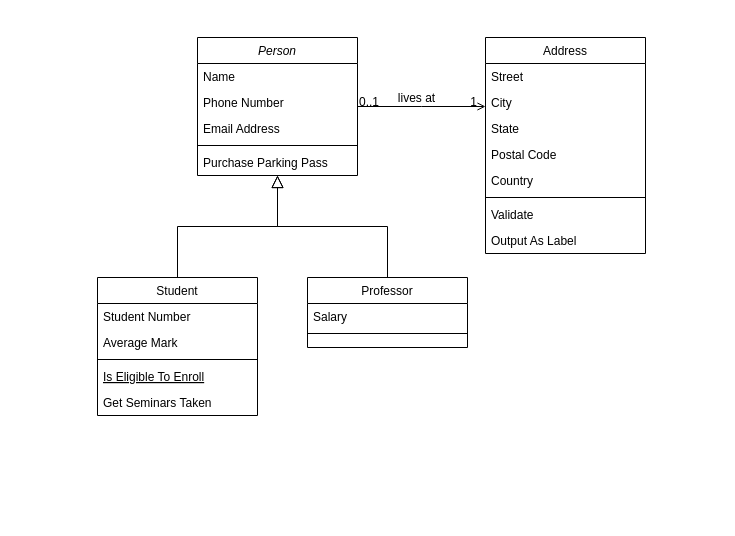
This is src/main/java/se/JensenYH/Java/SaltMerch/backendProject/Model/Untitled Diagram.drawio from Rufus100Procent/backendProject, a draw.io file, before an edit. Source tidied: cells renumbered, new cells numbered last; positions are measured from the earlier drawing's top-left corner, leaving out a move shared by most shapes. Both pictures are drawn from the tidied source at 100%, with x=0, y=0 at pixel (97, 37).
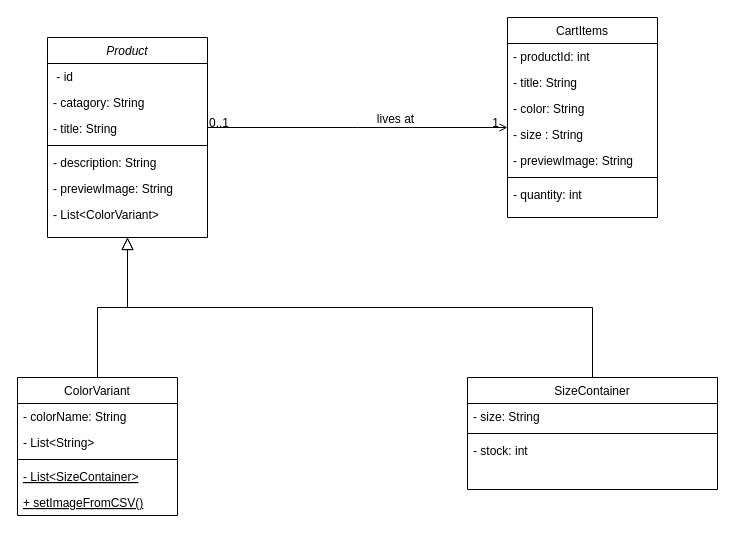
The same page after the edit.

Diff of the diagram source:
```diff
@@
-    <mxCell id="2" value="Person" style="swimlane;fontStyle=2;align=center;verticalAlign=top;horizontal=1;startSize=26;rounded=0;shadow=0;strokeWidth=1;" parent="1" vertex="1">
-      <mxGeometry x="100" width="160" height="138" as="geometry" />
+    <mxCell id="2" value="Product" style="swimlane;fontStyle=2;align=center;verticalAlign=top;horizontal=1;startSize=26;rounded=0;shadow=0;strokeWidth=1;" parent="1" vertex="1">
+      <mxGeometry x="-50" width="160" height="200" as="geometry" />
     </mxCell>
-    <mxCell id="3" value="Name" style="text;align=left;verticalAlign=top;spacingLeft=4;spacingRight=4;overflow=hidden;" parent="2" vertex="1">
+    <mxCell id="3" value=" - id" style="text;align=left;verticalAlign=top;spacingLeft=4;spacingRight=4;overflow=hidden;" parent="2" vertex="1">
       <mxGeometry y="26" width="160" height="26" as="geometry" />
     </mxCell>
-    <mxCell id="4" value="Phone Number" style="text;align=left;verticalAlign=top;spacingLeft=4;spacingRight=4;overflow=hidden;rounded=0;shadow=0;html=0;" parent="2" vertex="1">
+    <mxCell id="4" value="- catagory: String" style="text;align=left;verticalAlign=top;spacingLeft=4;spacingRight=4;overflow=hidden;rounded=0;shadow=0;html=0;" parent="2" vertex="1">
       <mxGeometry y="52" width="160" height="26" as="geometry" />
     </mxCell>
-    <mxCell id="5" value="Email Address" style="text;align=left;verticalAlign=top;spacingLeft=4;spacingRight=4;overflow=hidden;rounded=0;shadow=0;html=0;" parent="2" vertex="1">
+    <mxCell id="5" value="- title: String" style="text;align=left;verticalAlign=top;spacingLeft=4;spacingRight=4;overflow=hidden;rounded=0;shadow=0;html=0;" parent="2" vertex="1">
       <mxGeometry y="78" width="160" height="26" as="geometry" />
     </mxCell>
@@
-    <mxCell id="7" value="Purchase Parking Pass" style="text;align=left;verticalAlign=top;spacingLeft=4;spacingRight=4;overflow=hidden;" parent="2" vertex="1">
+    <mxCell id="7" value="- description: String" style="text;align=left;verticalAlign=top;spacingLeft=4;spacingRight=4;overflow=hidden;" parent="2" vertex="1">
       <mxGeometry y="112" width="160" height="26" as="geometry" />
     </mxCell>
+    <mxCell id="32" value="- previewImage: String" style="text;align=left;verticalAlign=top;spacingLeft=4;spacingRight=4;overflow=hidden;rounded=0;shadow=0;html=0;" parent="2" vertex="1">
+      <mxGeometry y="138" width="160" height="26" as="geometry" />
+    </mxCell>
+    <mxCell id="33" value="- List&lt;ColorVariant&gt;" style="text;align=left;verticalAlign=top;spacingLeft=4;spacingRight=4;overflow=hidden;rounded=0;shadow=0;html=0;" parent="2" vertex="1">
+      <mxGeometry y="164" width="160" height="26" as="geometry" />
+    </mxCell>
-    <mxCell id="8" value="Student" style="swimlane;fontStyle=0;align=center;verticalAlign=top;horizontal=1;startSize=26;rounded=0;shadow=0;strokeWidth=1;" parent="1" vertex="1">
-      <mxGeometry y="240" width="160" height="138" as="geometry" />
+    <mxCell id="8" value="ColorVariant" style="swimlane;fontStyle=0;align=center;verticalAlign=top;horizontal=1;startSize=26;rounded=0;shadow=0;strokeWidth=1;" parent="1" vertex="1">
+      <mxGeometry x="-80" y="340" width="160" height="138" as="geometry" />
     </mxCell>
-    <mxCell id="9" value="Student Number" style="text;align=left;verticalAlign=top;spacingLeft=4;spacingRight=4;overflow=hidden;" parent="8" vertex="1">
+    <mxCell id="9" value="- colorName: String" style="text;align=left;verticalAlign=top;spacingLeft=4;spacingRight=4;overflow=hidden;" parent="8" vertex="1">
       <mxGeometry y="26" width="160" height="26" as="geometry" />
     </mxCell>
-    <mxCell id="10" value="Average Mark" style="text;align=left;verticalAlign=top;spacingLeft=4;spacingRight=4;overflow=hidden;rounded=0;shadow=0;html=0;" parent="8" vertex="1">
+    <mxCell id="10" value="- List&lt;String&gt;" style="text;align=left;verticalAlign=top;spacingLeft=4;spacingRight=4;overflow=hidden;rounded=0;shadow=0;html=0;" parent="8" vertex="1">
       <mxGeometry y="52" width="160" height="26" as="geometry" />
     </mxCell>
@@
-    <mxCell id="12" value="Is Eligible To Enroll" style="text;align=left;verticalAlign=top;spacingLeft=4;spacingRight=4;overflow=hidden;fontStyle=4;" parent="8" vertex="1">
+    <mxCell id="12" value="- List&lt;SizeContainer&gt;" style="text;align=left;verticalAlign=top;spacingLeft=4;spacingRight=4;overflow=hidden;fontStyle=4;" parent="8" vertex="1">
       <mxGeometry y="86" width="160" height="26" as="geometry" />
     </mxCell>
-    <mxCell id="13" value="Get Seminars Taken" style="text;align=left;verticalAlign=top;spacingLeft=4;spacingRight=4;overflow=hidden;" parent="8" vertex="1">
-      <mxGeometry y="112" width="160" height="26" as="geometry" />
-    </mxCell>
+    <mxCell id="34" value="+ setImageFromCSV()&#10;" style="text;align=left;verticalAlign=top;spacingLeft=4;spacingRight=4;overflow=hidden;fontStyle=4;" parent="8" vertex="1">
+      <mxGeometry y="112" width="160" height="26" as="geometry" />
+    </mxCell>
@@
-    <mxCell id="15" value="Professor" style="swimlane;fontStyle=0;align=center;verticalAlign=top;horizontal=1;startSize=26;rounded=0;shadow=0;strokeWidth=1;" parent="1" vertex="1">
-      <mxGeometry x="210" y="240" width="160" height="70" as="geometry" />
+    <mxCell id="15" value="SizeContainer" style="swimlane;fontStyle=0;align=center;verticalAlign=top;horizontal=1;startSize=26;rounded=0;shadow=0;strokeWidth=1;" parent="1" vertex="1">
+      <mxGeometry x="370" y="340" width="250" height="112" as="geometry" />
     </mxCell>
-    <mxCell id="16" value="Salary" style="text;align=left;verticalAlign=top;spacingLeft=4;spacingRight=4;overflow=hidden;" parent="15" vertex="1">
-      <mxGeometry y="26" width="160" height="26" as="geometry" />
+    <mxCell id="16" value="- size: String" style="text;align=left;verticalAlign=top;spacingLeft=4;spacingRight=4;overflow=hidden;" parent="15" vertex="1">
+      <mxGeometry y="26" width="250" height="26" as="geometry" />
     </mxCell>
     <mxCell id="17" style="line;html=1;strokeWidth=1;align=left;verticalAlign=middle;spacingTop=-1;spacingLeft=3;spacingRight=3;labelPosition=right;" parent="15" vertex="1">
-      <mxGeometry y="52" width="160" height="8" as="geometry" />
+      <mxGeometry y="52" width="250" height="8" as="geometry" />
     </mxCell>
+    <mxCell id="35" value="- stock: int" style="text;align=left;verticalAlign=top;spacingLeft=4;spacingRight=4;overflow=hidden;" parent="15" vertex="1">
+      <mxGeometry y="60" width="250" height="26" as="geometry" />
+    </mxCell>
@@
+    <mxCell id="36" style="edgeStyle=orthogonalEdgeStyle;rounded=0;jettySize=auto;html=1;exitX=0;exitY=1;exitDx=0;exitDy=0;fontFamily=Helvetica;fontSize=12;fontColor=default;" parent="1" edge="1" source="19">
+      <mxGeometry relative="1" as="geometry">
+        <mxPoint x="410" y="180" as="targetPoint" />
+      </mxGeometry>
+    </mxCell>
-    <mxCell id="19" value="Address" style="swimlane;fontStyle=0;align=center;verticalAlign=top;horizontal=1;startSize=26;rounded=0;shadow=0;strokeWidth=1;" parent="1" vertex="1">
-      <mxGeometry x="388" width="160" height="216" as="geometry" />
+    <mxCell id="19" value="CartItems" style="swimlane;fontStyle=0;align=center;verticalAlign=top;horizontal=1;startSize=26;rounded=0;shadow=0;strokeWidth=1;" parent="1" vertex="1">
+      <mxGeometry x="410" y="-20" width="150" height="200" as="geometry" />
     </mxCell>
-    <mxCell id="20" value="Street" style="text;align=left;verticalAlign=top;spacingLeft=4;spacingRight=4;overflow=hidden;" parent="19" vertex="1">
-      <mxGeometry y="26" width="160" height="26" as="geometry" />
+    <mxCell id="20" value="- productId: int" style="text;align=left;verticalAlign=top;spacingLeft=4;spacingRight=4;overflow=hidden;" parent="19" vertex="1">
+      <mxGeometry y="26" width="150" height="26" as="geometry" />
     </mxCell>
-    <mxCell id="21" value="City" style="text;align=left;verticalAlign=top;spacingLeft=4;spacingRight=4;overflow=hidden;rounded=0;shadow=0;html=0;" parent="19" vertex="1">
-      <mxGeometry y="52" width="160" height="26" as="geometry" />
+    <mxCell id="21" value="- title: String" style="text;align=left;verticalAlign=top;spacingLeft=4;spacingRight=4;overflow=hidden;rounded=0;shadow=0;html=0;" parent="19" vertex="1">
+      <mxGeometry y="52" width="150" height="26" as="geometry" />
     </mxCell>
-    <mxCell id="22" value="State" style="text;align=left;verticalAlign=top;spacingLeft=4;spacingRight=4;overflow=hidden;rounded=0;shadow=0;html=0;" parent="19" vertex="1">
-      <mxGeometry y="78" width="160" height="26" as="geometry" />
+    <mxCell id="22" value="- color: String" style="text;align=left;verticalAlign=top;spacingLeft=4;spacingRight=4;overflow=hidden;rounded=0;shadow=0;html=0;" parent="19" vertex="1">
+      <mxGeometry y="78" width="150" height="26" as="geometry" />
     </mxCell>
-    <mxCell id="23" value="Postal Code" style="text;align=left;verticalAlign=top;spacingLeft=4;spacingRight=4;overflow=hidden;rounded=0;shadow=0;html=0;" parent="19" vertex="1">
-      <mxGeometry y="104" width="160" height="26" as="geometry" />
+    <mxCell id="23" value="- size : String" style="text;align=left;verticalAlign=top;spacingLeft=4;spacingRight=4;overflow=hidden;rounded=0;shadow=0;html=0;" parent="19" vertex="1">
+      <mxGeometry y="104" width="150" height="26" as="geometry" />
     </mxCell>
-    <mxCell id="24" value="Country" style="text;align=left;verticalAlign=top;spacingLeft=4;spacingRight=4;overflow=hidden;rounded=0;shadow=0;html=0;" parent="19" vertex="1">
-      <mxGeometry y="130" width="160" height="26" as="geometry" />
+    <mxCell id="24" value="- previewImage: String" style="text;align=left;verticalAlign=top;spacingLeft=4;spacingRight=4;overflow=hidden;rounded=0;shadow=0;html=0;" parent="19" vertex="1">
+      <mxGeometry y="130" width="150" height="26" as="geometry" />
     </mxCell>
     <mxCell id="25" style="line;html=1;strokeWidth=1;align=left;verticalAlign=middle;spacingTop=-1;spacingLeft=3;spacingRight=3;labelPosition=right;" parent="19" vertex="1">
-      <mxGeometry y="156" width="160" height="8" as="geometry" />
+      <mxGeometry y="156" width="150" height="8" as="geometry" />
     </mxCell>
-    <mxCell id="26" value="Validate" style="text;align=left;verticalAlign=top;spacingLeft=4;spacingRight=4;overflow=hidden;" parent="19" vertex="1">
-      <mxGeometry y="164" width="160" height="26" as="geometry" />
+    <mxCell id="26" value="- quantity: int" style="text;align=left;verticalAlign=top;spacingLeft=4;spacingRight=4;overflow=hidden;" parent="19" vertex="1">
+      <mxGeometry y="164" width="150" height="26" as="geometry" />
     </mxCell>
-    <mxCell id="27" value="Output As Label" style="text;align=left;verticalAlign=top;spacingLeft=4;spacingRight=4;overflow=hidden;" parent="19" vertex="1">
-      <mxGeometry y="190" width="160" height="26" as="geometry" />
-    </mxCell>
```
